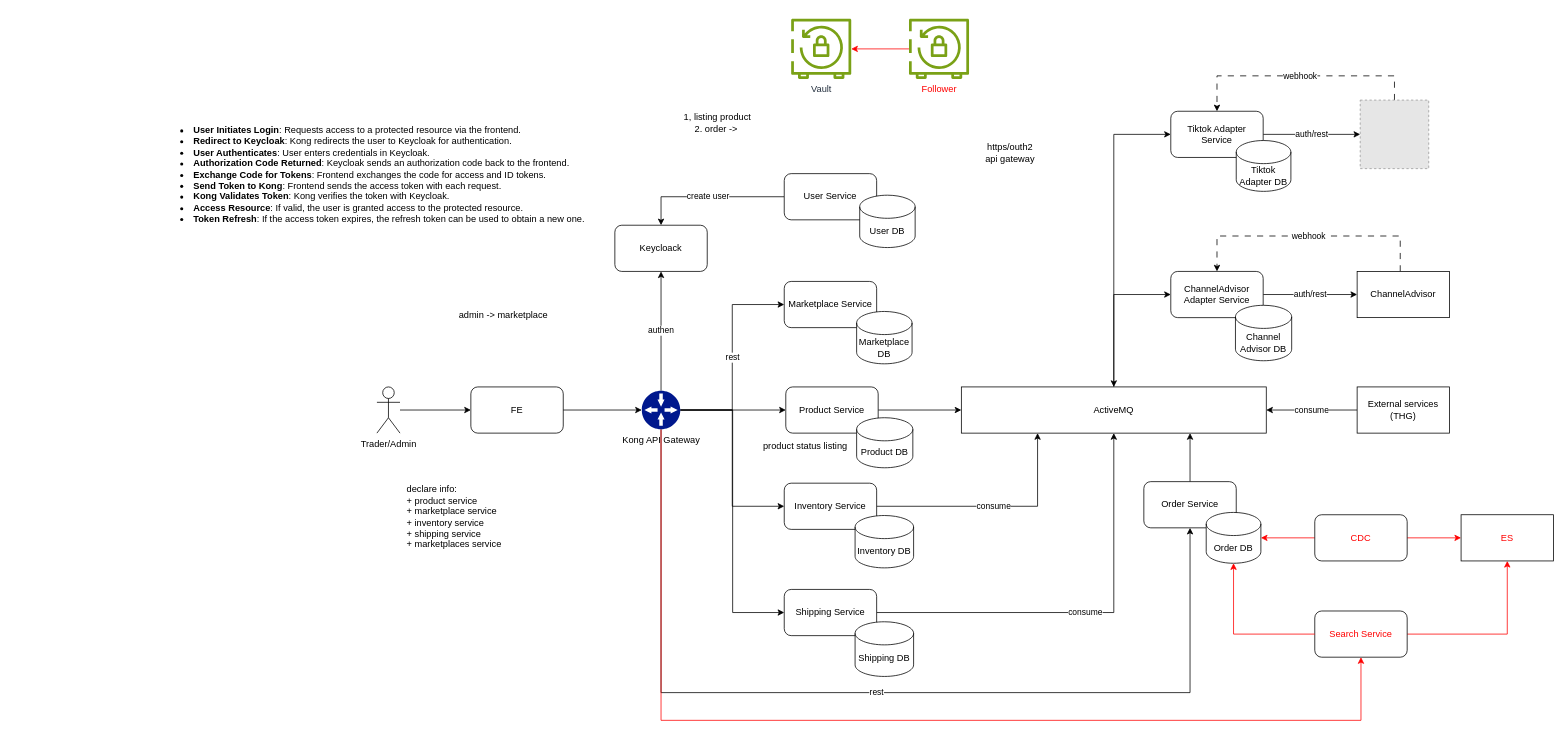
minhtran-q/hibernate-knowledge keeps this draw.io diagram as page "Page-17" (17 of 17) of hibernate.drawio. Above is the earlier version. Source tidied: cells renumbered, new cells numbered last; positions are measured from the earlier drawing's top-left corner, leaving out a move shared by most shapes. Both pictures are drawn from the tidied source at 77%, with x=0, y=0 at pixel (179, 18). Pictures stored in the file or linked from it are replaced by grey dashed boxes.
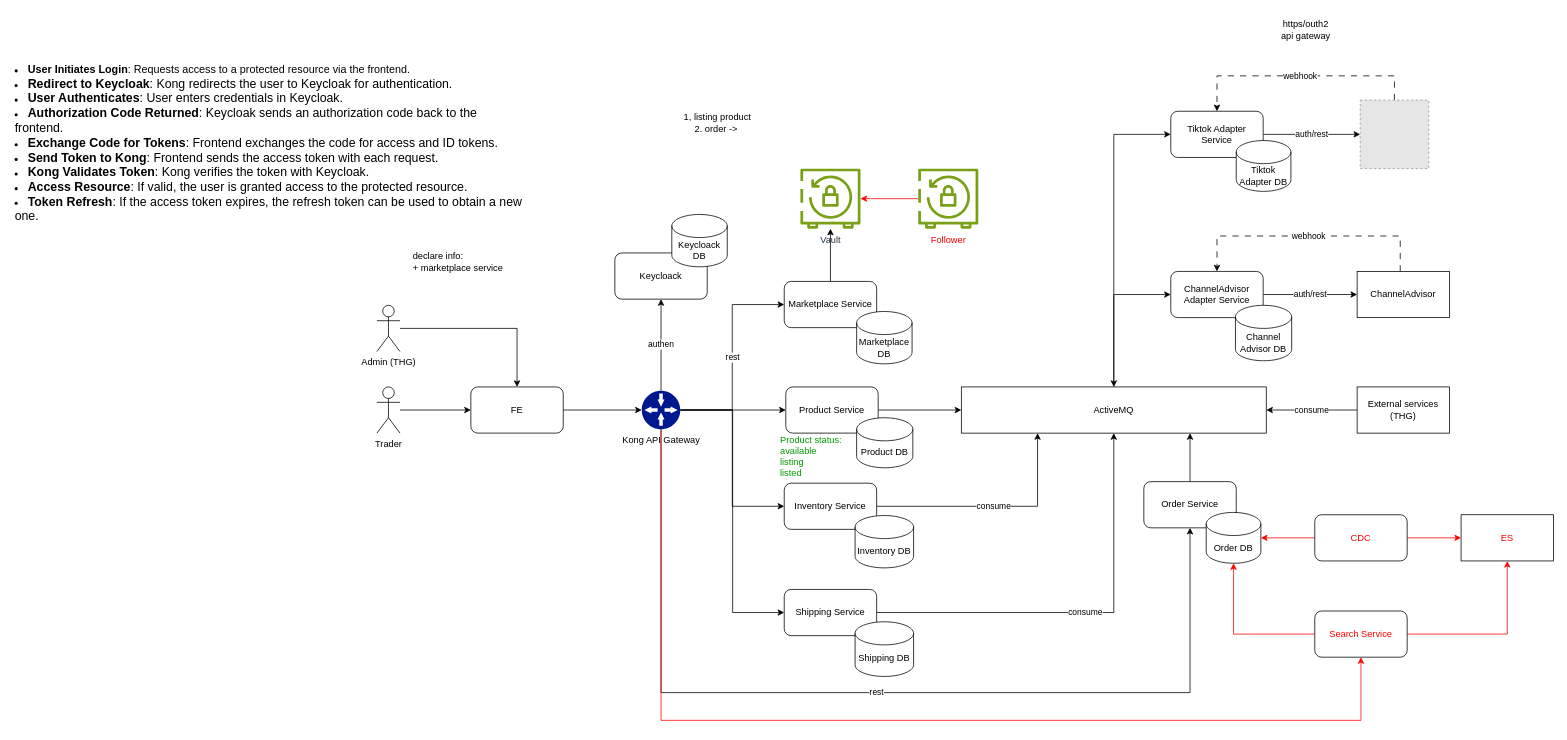
After the change.

Unchanged cells that the change refers to:
```xml
<mxCell id="6" value="FE" style="rounded=1;whiteSpace=wrap;html=1;" parent="1" vertex="1">
  <mxGeometry x="379" y="478" width="120" height="60" as="geometry" />
</mxCell>
<mxCell id="19" value="Marketplace Service" style="rounded=1;whiteSpace=wrap;html=1;" parent="1" vertex="1">
  <mxGeometry x="786" y="341" width="120" height="60" as="geometry" />
</mxCell>
```

What changed in the source:
```diff
@@
-    <mxCell id="2" value="create user" style="edgeStyle=orthogonalEdgeStyle;rounded=0;jettySize=auto;html=1;entryX=0.5;entryY=0;entryDx=0;entryDy=0;" parent="1" edge="1" source="3" target="15">
-      <mxGeometry relative="1" as="geometry" />
-    </mxCell>
-    <mxCell id="3" value="User Service" style="rounded=1;whiteSpace=wrap;html=1;" parent="1" vertex="1">
-      <mxGeometry x="786" y="201" width="120" height="60" as="geometry" />
-    </mxCell>
@@
-    <mxCell id="5" value="Trader/Admin" style="shape=umlActor;verticalLabelPosition=bottom;verticalAlign=top;html=1;outlineConnect=0;" parent="1" vertex="1">
+    <mxCell id="5" value="Trader" style="shape=umlActor;verticalLabelPosition=bottom;verticalAlign=top;html=1;outlineConnect=0;" parent="1" vertex="1">
       <mxGeometry x="257" y="478" width="30" height="60" as="geometry" />
     </mxCell>
@@
     <mxCell id="15" value="Keycloack" style="rounded=1;whiteSpace=wrap;html=1;" parent="1" vertex="1">
-      <mxGeometry x="566" y="268" width="120" height="60" as="geometry" />
+      <mxGeometry x="566" y="304" width="120" height="60" as="geometry" />
     </mxCell>
@@
+    <mxCell id="63" style="edgeStyle=orthogonalEdgeStyle;rounded=0;jettySize=auto;html=1;" parent="1" edge="1" source="19" target="43">
+      <mxGeometry relative="1" as="geometry" />
+    </mxCell>
@@
     <mxCell id="43" value="Vault" style="sketch=0;outlineConnect=0;fontColor=#232F3E;gradientColor=none;fillColor=#7AA116;strokeColor=none;dashed=0;verticalLabelPosition=bottom;verticalAlign=top;align=center;html=1;fontSize=12;fontStyle=0;shape=mxgraph.aws4.aws_backup_vault_lock;" parent="1" vertex="1">
-      <mxGeometry x="795" width="78" height="78" as="geometry" />
+      <mxGeometry x="807" y="194.5" width="78" height="78" as="geometry" />
     </mxCell>
@@
     <mxCell id="48" value="&lt;font color=&quot;#ff0000&quot;&gt;Follower&lt;/font&gt;" style="sketch=0;outlineConnect=0;fontColor=#232F3E;gradientColor=none;fillColor=#7AA116;strokeColor=none;dashed=0;verticalLabelPosition=bottom;verticalAlign=top;align=center;html=1;fontSize=12;fontStyle=0;shape=mxgraph.aws4.aws_backup_vault_lock;" parent="1" vertex="1">
-      <mxGeometry x="948" width="78" height="78" as="geometry" />
+      <mxGeometry x="960" y="194.5" width="78" height="78" as="geometry" />
     </mxCell>
@@
-    <mxCell id="56" value="&lt;li&gt;&lt;strong&gt;User Initiates Login&lt;/strong&gt;: Requests access to a protected resource via the frontend.&lt;/li&gt;&lt;li&gt;&lt;strong&gt;Redirect to Keycloak&lt;/strong&gt;: Kong redirects the user to Keycloak for authentication.&lt;/li&gt;&lt;li&gt;&lt;strong&gt;User Authenticates&lt;/strong&gt;: User enters credentials in Keycloak.&lt;/li&gt;&lt;li&gt;&lt;strong&gt;Authorization Code Returned&lt;/strong&gt;: Keycloak sends an authorization code back to the frontend.&lt;/li&gt;&lt;li&gt;&lt;strong&gt;Exchange Code for Tokens&lt;/strong&gt;: Frontend exchanges the code for access and ID tokens.&lt;/li&gt;&lt;li&gt;&lt;strong&gt;Send Token to Kong&lt;/strong&gt;: Frontend sends the access token with each request.&lt;/li&gt;&lt;li&gt;&lt;strong&gt;Kong Validates Token&lt;/strong&gt;: Kong verifies the token with Keycloak.&lt;/li&gt;&lt;li&gt;&lt;strong&gt;Access Resource&lt;/strong&gt;: If valid, the user is granted access to the protected resource.&lt;/li&gt;&lt;li&gt;&lt;strong&gt;Token Refresh&lt;/strong&gt;: If the access token expires, the refresh token can be used to obtain a new one.&lt;/li&gt;" style="text;whiteSpace=wrap;html=1;" parent="1" vertex="1">
-      <mxGeometry y="131" width="550" height="150" as="geometry" />
+    <mxCell id="56" value="&lt;li&gt;&lt;font style=&quot;font-size: 14px;&quot;&gt;&lt;strong&gt;User Initiates Login&lt;/strong&gt;: Requests access to a protected resource via the frontend.&lt;/font&gt;&lt;/li&gt;&lt;li&gt;&lt;font size=&quot;3&quot;&gt;&lt;strong&gt;Redirect to Keycloak&lt;/strong&gt;: Kong redirects the user to Keycloak for authentication.&lt;/font&gt;&lt;/li&gt;&lt;li&gt;&lt;font size=&quot;3&quot;&gt;&lt;strong&gt;User Authenticates&lt;/strong&gt;: User enters credentials in Keycloak.&lt;/font&gt;&lt;/li&gt;&lt;li&gt;&lt;font size=&quot;3&quot;&gt;&lt;strong&gt;Authorization Code Returned&lt;/strong&gt;: Keycloak sends an authorization code back to the frontend.&lt;/font&gt;&lt;/li&gt;&lt;li&gt;&lt;font size=&quot;3&quot;&gt;&lt;strong&gt;Exchange Code for Tokens&lt;/strong&gt;: Frontend exchanges the code for access and ID tokens.&lt;/font&gt;&lt;/li&gt;&lt;li&gt;&lt;font size=&quot;3&quot;&gt;&lt;strong&gt;Send Token to Kong&lt;/strong&gt;: Frontend sends the access token with each request.&lt;/font&gt;&lt;/li&gt;&lt;li&gt;&lt;font size=&quot;3&quot;&gt;&lt;strong&gt;Kong Validates Token&lt;/strong&gt;: Kong verifies the token with Keycloak.&lt;/font&gt;&lt;/li&gt;&lt;li&gt;&lt;font size=&quot;3&quot;&gt;&lt;strong&gt;Access Resource&lt;/strong&gt;: If valid, the user is granted access to the protected resource.&lt;/font&gt;&lt;/li&gt;&lt;li&gt;&lt;font size=&quot;3&quot;&gt;&lt;strong&gt;Token Refresh&lt;/strong&gt;: If the access token expires, the refresh token can be used to obtain a new one.&lt;/font&gt;&lt;/li&gt;" style="text;whiteSpace=wrap;html=1;" parent="1" vertex="1">
+      <mxGeometry x="-215" y="51" width="666" height="150" as="geometry" />
     </mxCell>
-    <mxCell id="57" value="declare info:&lt;br&gt;+ product service&lt;div&gt;+ marketplace service&lt;/div&gt;&lt;div style=&quot;&quot;&gt;+ inventory service&lt;/div&gt;&lt;div style=&quot;&quot;&gt;+ shipping service&lt;br&gt;+ marketplaces service&lt;br&gt;&lt;/div&gt;" style="text;html=1;align=left;verticalAlign=middle;strokeColor=none;fillColor=none;" parent="1" vertex="1">
-      <mxGeometry x="294" y="598" width="141" height="98" as="geometry" />
+    <mxCell id="57" value="declare info:&lt;br&gt;&lt;div style=&quot;&quot;&gt;+ marketplace service&lt;/div&gt;" style="text;html=1;align=left;verticalAlign=middle;strokeColor=none;fillColor=none;" parent="1" vertex="1">
+      <mxGeometry x="302" y="295" width="135" height="41" as="geometry" />
     </mxCell>
-    <mxCell id="58" value="User DB" style="shape=cylinder3;whiteSpace=wrap;html=1;boundedLbl=1;backgroundOutline=1;size=15;" parent="1" vertex="1">
-      <mxGeometry x="884" y="229" width="72" height="68" as="geometry" />
-    </mxCell>
@@
     <mxCell id="60" value="https/outh2&lt;br&gt;api gateway" style="text;html=1;align=center;verticalAlign=middle;strokeColor=none;fillColor=none;" parent="1" vertex="1">
-      <mxGeometry x="1038" y="153.5" width="82" height="41" as="geometry" />
+      <mxGeometry x="1422" y="-7" width="82" height="41" as="geometry" />
     </mxCell>
-    <mxCell id="61" value="admin -&amp;gt; marketplace" style="text;html=1;align=center;verticalAlign=middle;strokeColor=none;fillColor=none;" parent="1" vertex="1">
-      <mxGeometry x="354" y="372" width="134" height="26" as="geometry" />
-    </mxCell>
-    <mxCell id="62" value="product status listing" style="text;html=1;align=center;verticalAlign=middle;strokeColor=none;fillColor=none;" parent="1" vertex="1">
-      <mxGeometry x="749" y="542" width="127" height="26" as="geometry" />
+    <mxCell id="62" value="&lt;font color=&quot;#009900&quot;&gt;Product status:&amp;nbsp;&lt;/font&gt;&lt;div&gt;&lt;font color=&quot;#009900&quot;&gt;available&amp;nbsp;&lt;/font&gt;&lt;/div&gt;&lt;div&gt;&lt;font color=&quot;#009900&quot;&gt;listing&lt;/font&gt;&lt;/div&gt;&lt;div&gt;&lt;font color=&quot;#009900&quot;&gt;listed&lt;/font&gt;&lt;/div&gt;" style="text;html=1;align=left;verticalAlign=middle;strokeColor=none;fillColor=none;" parent="1" vertex="1">
+      <mxGeometry x="779" y="533" width="101" height="70" as="geometry" />
     </mxCell>
+    <mxCell id="64" value="Keycloack DB" style="shape=cylinder3;whiteSpace=wrap;html=1;boundedLbl=1;backgroundOutline=1;size=15;" parent="1" vertex="1">
+      <mxGeometry x="640" y="254" width="72" height="68" as="geometry" />
+    </mxCell>
+    <mxCell id="65" style="edgeStyle=orthogonalEdgeStyle;rounded=0;jettySize=auto;html=1;entryX=0.5;entryY=0;entryDx=0;entryDy=0;" parent="1" edge="1" source="66" target="6">
+      <mxGeometry relative="1" as="geometry" />
+    </mxCell>
+    <mxCell id="66" value="Admin (THG)" style="shape=umlActor;verticalLabelPosition=bottom;verticalAlign=top;html=1;outlineConnect=0;" parent="1" vertex="1">
+      <mxGeometry x="257" y="372" width="30" height="60" as="geometry" />
+    </mxCell>
```
